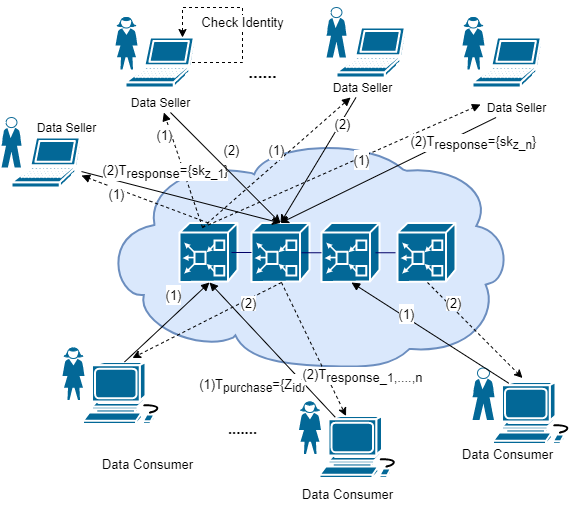
The draw.io diagram newidentity.png in yyuu-6/1111, before a commit. Source tidied: cells renumbered, new cells last; positions are measured from the earlier drawing's top-left corner, leaving out a move shared by most shapes.
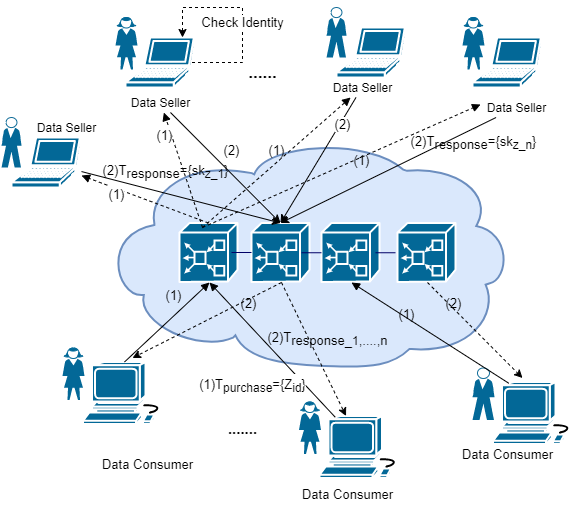
The same diagram one commit later.

Diff of the diagram source:
```diff
@@ -35,7 +35,7 @@
     <mxCell id="12" value="Data Seller" style="text;html=1;align=center;verticalAlign=middle;points=[];strokeColor=none;" parent="2" vertex="1">
       <mxGeometry x="380" y="-40" width="70" height="20" as="geometry" />
     </mxCell>
-    <mxCell id="13" value="&lt;font style=&quot;font-size: 13px&quot;&gt;(1)&lt;/font&gt;" style="html=1;verticalAlign=bottom;endArrow=block;fontSize=17;dashed=1;entryX=-0.014;entryY=0.35;entryDx=0;entryDy=0;entryPerimeter=0;" parent="2" edge="1" target="12">
+    <mxCell id="13" value="&lt;font style=&quot;font-size: 13px&quot;&gt;(1)&lt;/font&gt;" style="html=1;verticalAlign=bottom;endArrow=block;fontSize=17;dashed=1;entryX=-0.014;entryY=0.35;entryDx=0;entryDy=0;entryPerimeter=0;labelBackgroundColor=none;" parent="2" edge="1" target="12">
       <mxGeometry x="0.11" y="-14" relative="1" as="geometry">
         <mxPoint x="101" y="90" as="sourcePoint" />
       </mxGeometry>
@@ -48,7 +48,7 @@
     <mxCell id="15" style="rounded=0;jettySize=auto;html=1;fontSize=17;entryX=0.5;entryY=0;entryDx=0;entryDy=0;entryPerimeter=0;" parent="2" edge="1" source="12" target="6">
       <mxGeometry relative="1" as="geometry" />
     </mxCell>
-    <mxCell id="16" value="(2)T&lt;sub style=&quot;font-size: 13px&quot;&gt;response&lt;/sub&gt;&lt;span style=&quot;font-size: 13px&quot;&gt;={sk&lt;sub&gt;z_n&lt;/sub&gt;}&lt;/span&gt;" style="edgeLabel;html=1;align=center;verticalAlign=middle;fontSize=13;" parent="15" vertex="1">
+    <mxCell id="16" value="(2)T&lt;sub style=&quot;font-size: 13px&quot;&gt;response&lt;/sub&gt;&lt;span style=&quot;font-size: 13px&quot;&gt;={sk&lt;sub&gt;z_n&lt;/sub&gt;}&lt;/span&gt;" style="edgeLabel;html=1;align=center;verticalAlign=middle;fontSize=13;labelBackgroundColor=none;" parent="15" vertex="1">
       <mxGeometry x="-0.4" y="-2" relative="1" as="geometry">
         <mxPoint x="42" y="-5" as="offset" />
       </mxGeometry>
@@ -121,7 +121,7 @@
     <mxCell id="36" value="&lt;font style=&quot;font-size: 13px&quot;&gt;(1)&lt;/font&gt;" style="html=1;verticalAlign=bottom;endArrow=block;fontSize=17;exitX=0.397;exitY=0.076;exitDx=0;exitDy=0;exitPerimeter=0;dashed=1;" parent="1" edge="1" source="5" target="34">
       <mxGeometry x="0.45" y="11" relative="1" as="geometry" />
     </mxCell>
-    <mxCell id="37" value="&lt;font style=&quot;font-size: 13px&quot;&gt;(1)&lt;/font&gt;" style="html=1;verticalAlign=bottom;endArrow=block;fontSize=17;dashed=1;" parent="1" edge="1" target="32">
+    <mxCell id="37" value="&lt;font style=&quot;font-size: 13px&quot;&gt;(1)&lt;/font&gt;" style="html=1;verticalAlign=bottom;endArrow=block;fontSize=17;dashed=1;labelBackgroundColor=none;" parent="1" edge="1" target="32">
       <mxGeometry relative="1" as="geometry">
         <mxPoint x="201" y="220" as="sourcePoint" />
       </mxGeometry>
@@ -129,7 +129,7 @@
     <mxCell id="38" style="rounded=0;jettySize=auto;html=1;fontSize=17;entryX=0.5;entryY=0;entryDx=0;entryDy=0;entryPerimeter=0;" parent="1" edge="1" source="27" target="6">
       <mxGeometry relative="1" as="geometry" />
     </mxCell>
-    <mxCell id="39" value="(2)T&lt;sub style=&quot;font-size: 13px&quot;&gt;response&lt;/sub&gt;&lt;span style=&quot;font-size: 13px&quot;&gt;={sk&lt;sub&gt;z_1&lt;/sub&gt;}&lt;/span&gt;" style="edgeLabel;html=1;align=center;verticalAlign=middle;fontSize=13;" parent="38" vertex="1">
+    <mxCell id="39" value="(2)T&lt;sub style=&quot;font-size: 13px&quot;&gt;response&lt;/sub&gt;&lt;span style=&quot;font-size: 13px&quot;&gt;={sk&lt;sub&gt;z_1&lt;/sub&gt;}&lt;/span&gt;" style="edgeLabel;html=1;align=center;verticalAlign=middle;fontSize=13;labelBackgroundColor=none;" parent="38" vertex="1">
       <mxGeometry x="-0.4" y="-2" relative="1" as="geometry">
         <mxPoint x="25" y="-18" as="offset" />
       </mxGeometry>
@@ -167,9 +167,9 @@
         <mxPoint x="280" y="275" as="sourcePoint" />
       </mxGeometry>
     </mxCell>
-    <mxCell id="49" value="(2)T&lt;sub style=&quot;font-size: 13px&quot;&gt;response_&lt;/sub&gt;&lt;sub&gt;&lt;font style=&quot;font-size: 11px&quot;&gt;1&lt;/font&gt;&lt;/sub&gt;&lt;sub style=&quot;font-size: 13px&quot;&gt;,....,n&lt;/sub&gt;" style="edgeLabel;html=1;align=center;verticalAlign=middle;fontSize=13;" parent="48" vertex="1">
+    <mxCell id="49" value="(2)T&lt;sub style=&quot;font-size: 13px&quot;&gt;response_&lt;/sub&gt;&lt;sub&gt;&lt;font style=&quot;font-size: 11px&quot;&gt;1&lt;/font&gt;&lt;/sub&gt;&lt;sub style=&quot;font-size: 13px&quot;&gt;,....,n&lt;/sub&gt;" style="edgeLabel;html=1;align=center;verticalAlign=middle;fontSize=13;labelBorderColor=none;labelBackgroundColor=none;" parent="48" vertex="1">
       <mxGeometry x="-0.52" y="3" relative="1" as="geometry">
-        <mxPoint x="62" y="61" as="offset" />
+        <mxPoint x="27" y="24" as="offset" />
       </mxGeometry>
     </mxCell>
     <mxCell id="50" style="group;" parent="1" vertex="1">
@@ -196,23 +196,23 @@
     <mxCell id="57" value="&lt;font style=&quot;font-size: 13px&quot;&gt;Data Consumer&lt;/font&gt;" style="text;html=1;align=center;verticalAlign=middle;strokeColor=none;fontSize=17;" parent="1" vertex="1">
       <mxGeometry x="451" y="430.5" width="110" height="30" as="geometry" />
     </mxCell>
-    <mxCell id="58" value="&lt;span style=&quot;font-size: 13px&quot;&gt;(1)&lt;/span&gt;" style="html=1;verticalAlign=bottom;endArrow=block;fontSize=17;exitX=0.5;exitY=0;exitDx=0;exitDy=0;exitPerimeter=0;entryX=0.5;entryY=1;entryDx=0;entryDy=0;entryPerimeter=0;" parent="1" edge="1" source="52">
+    <mxCell id="58" value="&lt;span style=&quot;font-size: 13px&quot;&gt;(1)&lt;/span&gt;" style="html=1;verticalAlign=bottom;endArrow=block;fontSize=17;exitX=0.5;exitY=0;exitDx=0;exitDy=0;exitPerimeter=0;entryX=0.5;entryY=1;entryDx=0;entryDy=0;entryPerimeter=0;labelBackgroundColor=none;" parent="1" edge="1" source="52">
       <mxGeometry x="0.26" y="7" relative="1" as="geometry">
         <mxPoint x="208" y="275" as="targetPoint" />
       </mxGeometry>
     </mxCell>
-    <mxCell id="59" value="&lt;span style=&quot;font-size: 13px&quot;&gt;(1)&lt;/span&gt;" style="html=1;verticalAlign=bottom;endArrow=block;fontSize=17;exitX=0.19;exitY=0.02;exitDx=0;exitDy=0;exitPerimeter=0;entryX=0.5;entryY=1;entryDx=0;entryDy=0;entryPerimeter=0;" parent="1" edge="1" source="55">
+    <mxCell id="59" value="&lt;span style=&quot;font-size: 13px&quot;&gt;(1)&lt;/span&gt;" style="html=1;verticalAlign=bottom;endArrow=block;fontSize=17;exitX=0.19;exitY=0.02;exitDx=0;exitDy=0;exitPerimeter=0;entryX=0.5;entryY=1;entryDx=0;entryDy=0;entryPerimeter=0;labelBackgroundColor=none;" parent="1" edge="1" source="55">
       <mxGeometry x="0.26" y="7" relative="1" as="geometry">
         <mxPoint x="350" y="275" as="targetPoint" />
       </mxGeometry>
     </mxCell>
-    <mxCell id="60" style="edgeStyle=none;rounded=0;orthogonalLoop=1;jettySize=auto;html=1;fontSize=13;dashed=1;exitX=0.5;exitY=1;exitDx=0;exitDy=0;exitPerimeter=0;" parent="1" edge="1">
+    <mxCell id="60" style="edgeStyle=none;rounded=0;orthogonalLoop=1;jettySize=auto;html=1;fontSize=13;dashed=1;exitX=0.5;exitY=1;exitDx=0;exitDy=0;exitPerimeter=0;labelBackgroundColor=none;" parent="1" edge="1">
       <mxGeometry relative="1" as="geometry">
         <mxPoint x="426" y="275" as="sourcePoint" />
         <mxPoint x="521" y="370.5" as="targetPoint" />
       </mxGeometry>
     </mxCell>
-    <mxCell id="61" value="(2)" style="edgeLabel;html=1;align=center;verticalAlign=middle;fontSize=13;" parent="60" vertex="1">
+    <mxCell id="61" value="(2)" style="edgeLabel;html=1;align=center;verticalAlign=middle;fontSize=13;labelBackgroundColor=none;" parent="60" vertex="1">
       <mxGeometry x="-0.52" y="3" relative="1" as="geometry">
         <mxPoint x="1" as="offset" />
       </mxGeometry>
@@ -222,7 +222,7 @@
         <mxPoint x="280" y="275" as="sourcePoint" />
       </mxGeometry>
     </mxCell>
-    <mxCell id="63" value="(2)" style="edgeLabel;html=1;align=center;verticalAlign=middle;fontSize=13;" parent="62" vertex="1">
+    <mxCell id="63" value="(2)" style="edgeLabel;html=1;align=center;verticalAlign=middle;fontSize=13;labelBackgroundColor=none;" parent="62" vertex="1">
       <mxGeometry x="-0.52" y="3" relative="1" as="geometry">
         <mxPoint x="1" as="offset" />
       </mxGeometry>
```
